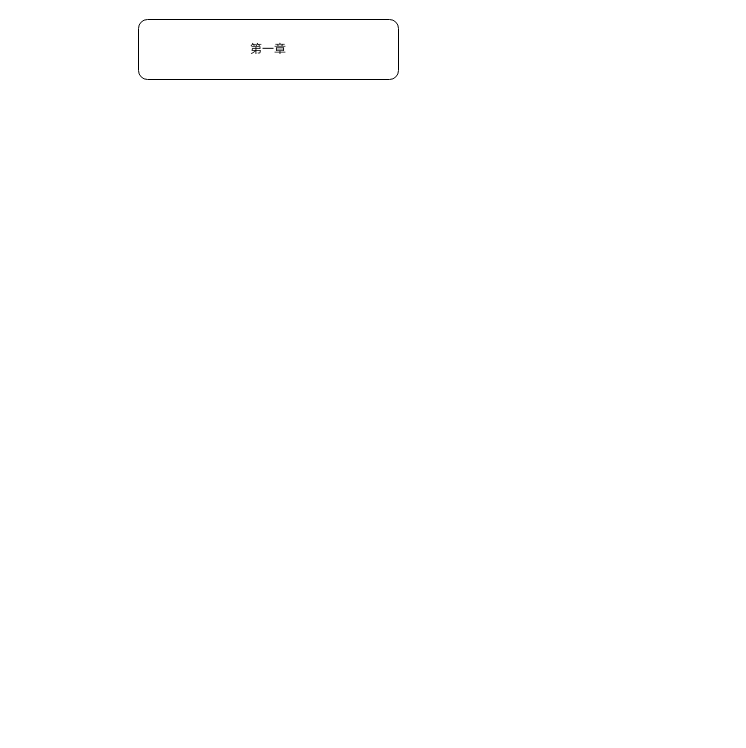
Earlier version of the draw.io diagram 流程图.drawio (xxzuo/drwa_io_repository). Source tidied: cells renumbered, new cells numbered last; positions are measured from the earlier drawing's top-left corner, leaving out a move shared by most shapes. Both pictures are drawn from the tidied source at 100%, with x=0, y=0 at pixel (138, 19).
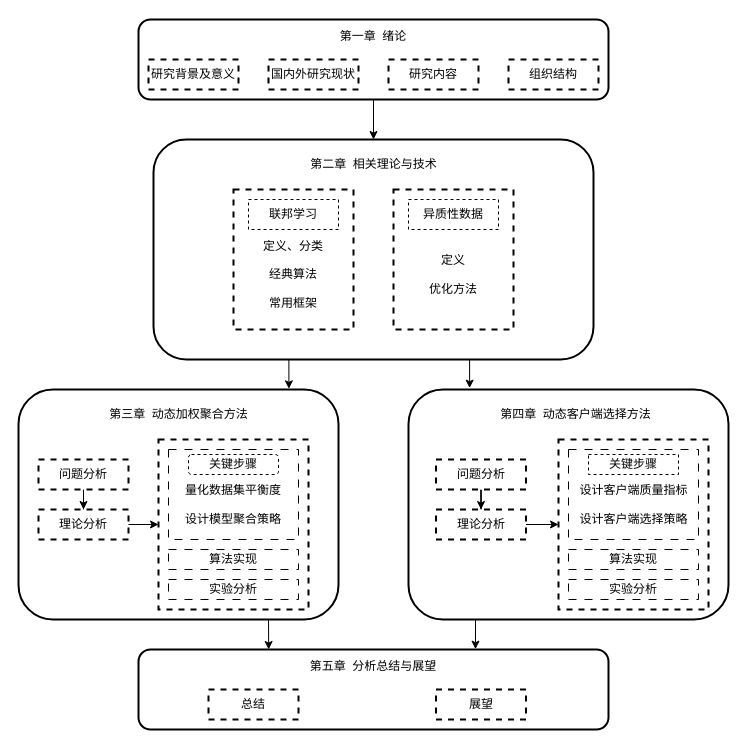
Above is the later version.

Commit message (it also covers changes not shown here):
更新流程图.drawio

Change to the diagram source:
```diff
@@
-    <mxCell id="2" value="第一章" style="rounded=1;whiteSpace=wrap;html=1;" parent="1" vertex="1">
-      <mxGeometry width="260" height="60" as="geometry" />
+    <mxCell id="2" value="&lt;p style=&quot;line-height: 100%;&quot;&gt;&lt;font style=&quot;font-size: 12px;&quot;&gt;第一章&amp;nbsp; 绪论&lt;/font&gt;&lt;/p&gt;&lt;p style=&quot;line-height: 100%;&quot;&gt;&lt;font style=&quot;font-size: 12px;&quot;&gt;&lt;br&gt;&lt;/font&gt;&lt;/p&gt;&lt;p style=&quot;line-height: 100%;&quot;&gt;&lt;br&gt;&lt;/p&gt;" style="rounded=1;whiteSpace=wrap;html=1;strokeWidth=2;fontFamily=宋体;" parent="1" vertex="1">
+      <mxGeometry width="470" height="80" as="geometry" />
     </mxCell>
+    <mxCell id="3" value="研究背景及意义" style="rounded=0;whiteSpace=wrap;html=1;dashed=1;fontFamily=宋体;strokeWidth=2;" parent="1" vertex="1">
+      <mxGeometry x="10" y="40" width="90" height="30" as="geometry" />
+    </mxCell>
+    <mxCell id="4" value="国内外研究现状" style="rounded=0;whiteSpace=wrap;html=1;dashed=1;fontFamily=宋体;strokeWidth=2;" parent="1" vertex="1">
+      <mxGeometry x="130" y="40" width="90" height="30" as="geometry" />
+    </mxCell>
+    <mxCell id="5" value="研究内容" style="rounded=0;whiteSpace=wrap;html=1;dashed=1;fontFamily=宋体;strokeWidth=2;" parent="1" vertex="1">
+      <mxGeometry x="250" y="40" width="90" height="30" as="geometry" />
+    </mxCell>
+    <mxCell id="6" value="组织结构" style="rounded=0;whiteSpace=wrap;html=1;dashed=1;fontFamily=宋体;strokeWidth=2;" parent="1" vertex="1">
+      <mxGeometry x="370" y="40" width="90" height="30" as="geometry" />
+    </mxCell>
+    <mxCell id="7" style="edgeStyle=orthogonalEdgeStyle;rounded=0;jettySize=auto;html=1;exitX=0.25;exitY=1;exitDx=0;exitDy=0;entryX=0.845;entryY=-0.003;entryDx=0;entryDy=0;entryPerimeter=0;" parent="1" edge="1" source="9" target="17">
+      <mxGeometry relative="1" as="geometry" />
+    </mxCell>
+    <mxCell id="8" style="edgeStyle=orthogonalEdgeStyle;rounded=0;jettySize=auto;html=1;exitX=0.75;exitY=1;exitDx=0;exitDy=0;entryX=0.191;entryY=-0.006;entryDx=0;entryDy=0;entryPerimeter=0;" parent="1" edge="1" source="9" target="19">
+      <mxGeometry relative="1" as="geometry" />
+    </mxCell>
+    <mxCell id="9" style="rounded=1;whiteSpace=wrap;html=1;strokeWidth=2;" parent="1" vertex="1">
+      <mxGeometry x="15" y="120" width="440" height="220" as="geometry" />
+    </mxCell>
+    <mxCell id="10" style="rounded=0;whiteSpace=wrap;html=1;dashed=1;strokeWidth=2;fontFamily=宋体;" parent="1" vertex="1">
+      <mxGeometry x="95" y="170" width="120" height="140" as="geometry" />
+    </mxCell>
+    <mxCell id="11" style="rounded=0;whiteSpace=wrap;html=1;dashed=1;strokeWidth=2;fontFamily=宋体;" parent="1" vertex="1">
+      <mxGeometry x="255" y="170" width="120" height="140" as="geometry" />
+    </mxCell>
+    <mxCell id="12" value="联邦学习" style="rounded=0;whiteSpace=wrap;html=1;dashed=1;fontFamily=宋体;" parent="1" vertex="1">
+      <mxGeometry x="110" y="180" width="90" height="30" as="geometry" />
+    </mxCell>
+    <mxCell id="13" value="异质性数据" style="rounded=0;whiteSpace=wrap;html=1;dashed=1;fontFamily=宋体;" parent="1" vertex="1">
+      <mxGeometry x="270" y="180" width="90" height="30" as="geometry" />
+    </mxCell>
+    <mxCell id="14" value="定义、分类&lt;br&gt;&lt;br style=&quot;border-color: var(--border-color);&quot;&gt;经典算法&lt;br&gt;&lt;br style=&quot;border-color: var(--border-color);&quot;&gt;常用框架" style="text;html=1;strokeColor=none;fillColor=none;align=center;verticalAlign=middle;whiteSpace=wrap;rounded=0;fontFamily=宋体;" parent="1" vertex="1">
+      <mxGeometry x="115" y="240" width="80" height="30" as="geometry" />
+    </mxCell>
+    <mxCell id="15" value="定义&lt;br&gt;&lt;br style=&quot;border-color: var(--border-color);&quot;&gt;优化方法" style="text;html=1;strokeColor=none;fillColor=none;align=center;verticalAlign=middle;whiteSpace=wrap;rounded=0;fontFamily=宋体;" parent="1" vertex="1">
+      <mxGeometry x="275" y="240" width="80" height="30" as="geometry" />
+    </mxCell>
+    <mxCell id="16" style="endArrow=classic;html=1;rounded=0;exitX=0.5;exitY=1;exitDx=0;exitDy=0;entryX=0.5;entryY=0;entryDx=0;entryDy=0;" parent="1" edge="1" source="2" target="9">
+      <mxGeometry relative="1" as="geometry" />
+    </mxCell>
+    <mxCell id="17" style="rounded=1;whiteSpace=wrap;html=1;strokeWidth=2;" parent="1" vertex="1">
+      <mxGeometry x="-120" y="370" width="320" height="230" as="geometry" />
+    </mxCell>
+    <mxCell id="18" style="edgeStyle=orthogonalEdgeStyle;rounded=0;jettySize=auto;html=1;exitX=0.25;exitY=1;exitDx=0;exitDy=0;entryX=0.717;entryY=-0.004;entryDx=0;entryDy=0;entryPerimeter=0;" parent="1" edge="1" source="19" target="42">
+      <mxGeometry relative="1" as="geometry" />
+    </mxCell>
+    <mxCell id="19" style="rounded=1;whiteSpace=wrap;html=1;strokeWidth=2;" parent="1" vertex="1">
+      <mxGeometry x="270" y="370" width="320" height="230" as="geometry" />
+    </mxCell>
+    <mxCell id="20" style="edgeStyle=orthogonalEdgeStyle;rounded=0;jettySize=auto;html=1;fontFamily=宋体;" parent="1" edge="1" source="21" target="22">
+      <mxGeometry relative="1" as="geometry" />
+    </mxCell>
+    <mxCell id="21" value="问题分析" style="rounded=0;whiteSpace=wrap;html=1;dashed=1;strokeWidth=2;fontFamily=宋体;" parent="1" vertex="1">
+      <mxGeometry x="-100" y="440" width="90" height="30" as="geometry" />
+    </mxCell>
+    <mxCell id="22" value="理论分析" style="rounded=0;whiteSpace=wrap;html=1;dashed=1;strokeWidth=2;fontFamily=宋体;" parent="1" vertex="1">
+      <mxGeometry x="-100" y="490" width="90" height="30" as="geometry" />
+    </mxCell>
+    <mxCell id="23" style="rounded=0;whiteSpace=wrap;html=1;dashed=1;strokeWidth=2;fontFamily=宋体;" parent="1" vertex="1">
+      <mxGeometry x="20" y="420" width="150" height="170" as="geometry" />
+    </mxCell>
+    <mxCell id="24" style="rounded=0;whiteSpace=wrap;html=1;dashed=1;dashPattern=8 8;fontFamily=宋体;" parent="1" vertex="1">
+      <mxGeometry x="30" y="430" width="130" height="90" as="geometry" />
+    </mxCell>
+    <mxCell id="25" value="&lt;font face=&quot;宋体&quot; style=&quot;border-color: var(--border-color); font-size: 12px;&quot;&gt;第三章&amp;nbsp; 动态加权聚合方法&lt;/font&gt;" style="text;html=1;strokeColor=none;fillColor=none;align=center;verticalAlign=middle;whiteSpace=wrap;rounded=0;" parent="1" vertex="1">
+      <mxGeometry x="-57.5" y="380" width="195" height="30" as="geometry" />
+    </mxCell>
+    <mxCell id="26" value="&lt;font face=&quot;宋体&quot; style=&quot;font-size: 12px;&quot;&gt;第四章&amp;nbsp; 动态客户端选择方法&lt;/font&gt;" style="text;html=1;strokeColor=none;fillColor=none;align=center;verticalAlign=middle;whiteSpace=wrap;rounded=0;" parent="1" vertex="1">
+      <mxGeometry x="340" y="380" width="195" height="30" as="geometry" />
+    </mxCell>
+    <mxCell id="27" value="算法实现" style="rounded=0;whiteSpace=wrap;html=1;dashed=1;dashPattern=8 8;fontFamily=宋体;" parent="1" vertex="1">
+      <mxGeometry x="30" y="530" width="130" height="20" as="geometry" />
+    </mxCell>
+    <mxCell id="28" value="实验分析" style="rounded=0;whiteSpace=wrap;html=1;dashed=1;dashPattern=8 8;fontFamily=宋体;" parent="1" vertex="1">
+      <mxGeometry x="30" y="560" width="130" height="20" as="geometry" />
+    </mxCell>
+    <mxCell id="29" value="关键步骤" style="rounded=1;whiteSpace=wrap;html=1;dashed=1;fontFamily=宋体;" parent="1" vertex="1">
+      <mxGeometry x="50" y="435" width="90" height="20" as="geometry" />
+    </mxCell>
+    <mxCell id="30" value="量化数据集平衡度&lt;br&gt;&lt;br&gt;设计模型聚合策略" style="text;html=1;strokeColor=none;fillColor=none;align=center;verticalAlign=middle;whiteSpace=wrap;rounded=0;fontFamily=宋体;" parent="1" vertex="1">
+      <mxGeometry x="45" y="470" width="100" height="30" as="geometry" />
+    </mxCell>
+    <mxCell id="31" style="endArrow=classic;html=1;rounded=0;entryX=0;entryY=0.5;entryDx=0;entryDy=0;exitX=1;exitY=0.5;exitDx=0;exitDy=0;exitPerimeter=0;fontFamily=宋体;" parent="1" edge="1" source="22" target="23">
+      <mxGeometry relative="1" as="geometry" />
+    </mxCell>
+    <mxCell id="32" style="edgeStyle=orthogonalEdgeStyle;rounded=0;jettySize=auto;html=1;fontFamily=宋体;" parent="1" edge="1" source="33" target="34">
+      <mxGeometry relative="1" as="geometry" />
+    </mxCell>
+    <mxCell id="33" value="问题分析" style="rounded=0;whiteSpace=wrap;html=1;dashed=1;strokeWidth=2;fontFamily=宋体;" parent="1" vertex="1">
+      <mxGeometry x="297.5" y="440" width="90" height="30" as="geometry" />
+    </mxCell>
+    <mxCell id="34" value="理论分析" style="rounded=0;whiteSpace=wrap;html=1;dashed=1;strokeWidth=2;fontFamily=宋体;" parent="1" vertex="1">
+      <mxGeometry x="297.5" y="490" width="90" height="30" as="geometry" />
+    </mxCell>
+    <mxCell id="35" style="rounded=0;whiteSpace=wrap;html=1;dashed=1;strokeWidth=2;" parent="1" vertex="1">
+      <mxGeometry x="420" y="420" width="150" height="170" as="geometry" />
+    </mxCell>
+    <mxCell id="36" style="rounded=0;whiteSpace=wrap;html=1;dashed=1;dashPattern=8 8;fontFamily=宋体;" parent="1" vertex="1">
+      <mxGeometry x="430" y="430" width="130" height="90" as="geometry" />
+    </mxCell>
+    <mxCell id="37" value="算法实现" style="rounded=0;whiteSpace=wrap;html=1;dashed=1;dashPattern=8 8;fontFamily=宋体;" parent="1" vertex="1">
+      <mxGeometry x="430" y="530" width="130" height="20" as="geometry" />
+    </mxCell>
+    <mxCell id="38" value="实验分析" style="rounded=0;whiteSpace=wrap;html=1;dashed=1;dashPattern=8 8;fontFamily=宋体;" parent="1" vertex="1">
+      <mxGeometry x="430" y="560" width="130" height="20" as="geometry" />
+    </mxCell>
+    <mxCell id="39" value="关键步骤" style="rounded=0;whiteSpace=wrap;html=1;dashed=1;fontFamily=宋体;" parent="1" vertex="1">
+      <mxGeometry x="450" y="435" width="90" height="20" as="geometry" />
+    </mxCell>
+    <mxCell id="40" value="设计客户端质量指标&lt;br&gt;&lt;br&gt;设计客户端选择策略" style="text;html=1;strokeColor=none;fillColor=none;align=center;verticalAlign=middle;whiteSpace=wrap;rounded=0;fontFamily=宋体;" parent="1" vertex="1">
+      <mxGeometry x="438.8" y="470" width="112.5" height="30" as="geometry" />
+    </mxCell>
+    <mxCell id="41" style="endArrow=classic;html=1;rounded=0;entryX=0;entryY=0.5;entryDx=0;entryDy=0;exitX=1;exitY=0.5;exitDx=0;exitDy=0;exitPerimeter=0;fontFamily=宋体;" parent="1" edge="1" source="34" target="35">
+      <mxGeometry relative="1" as="geometry" />
+    </mxCell>
+    <mxCell id="42" value="&lt;p style=&quot;line-height: 100%;&quot;&gt;&lt;font face=&quot;宋体&quot; style=&quot;font-size: 12px;&quot;&gt;第五章&amp;nbsp; 分析总结与展望&lt;/font&gt;&lt;/p&gt;&lt;p style=&quot;line-height: 100%;&quot;&gt;&lt;font face=&quot;宋体&quot; style=&quot;font-size: 12px;&quot;&gt;&lt;br&gt;&lt;/font&gt;&lt;/p&gt;&lt;p style=&quot;line-height: 100%;&quot;&gt;&lt;br&gt;&lt;/p&gt;" style="rounded=1;whiteSpace=wrap;html=1;strokeWidth=2;" parent="1" vertex="1">
+      <mxGeometry y="630" width="470" height="80" as="geometry" />
+    </mxCell>
+    <mxCell id="43" value="总结" style="rounded=0;whiteSpace=wrap;html=1;fontFamily=宋体;strokeWidth=2;dashed=1;" parent="1" vertex="1">
+      <mxGeometry x="70" y="670" width="90" height="30" as="geometry" />
+    </mxCell>
+    <mxCell id="44" value="展望" style="rounded=0;whiteSpace=wrap;html=1;dashed=1;fontFamily=宋体;strokeWidth=2;" parent="1" vertex="1">
+      <mxGeometry x="297.5" y="670" width="90" height="30" as="geometry" />
+    </mxCell>
+    <mxCell id="45" value="&lt;font style=&quot;border-color: var(--border-color); font-size: 12px;&quot;&gt;第二章&amp;nbsp; 相关理论与技术&lt;/font&gt;" style="text;html=1;strokeColor=none;fillColor=none;align=center;verticalAlign=middle;whiteSpace=wrap;rounded=0;fontFamily=宋体;" parent="1" vertex="1">
+      <mxGeometry x="137.5" y="130" width="195" height="30" as="geometry" />
+    </mxCell>
+    <mxCell id="46" style="endArrow=classic;html=1;rounded=0;entryX=0.277;entryY=0;entryDx=0;entryDy=0;entryPerimeter=0;" parent="1" edge="1" target="42">
+      <mxGeometry relative="1" as="geometry">
+        <mxPoint x="130" y="600" as="sourcePoint" />
+      </mxGeometry>
+    </mxCell>
```
